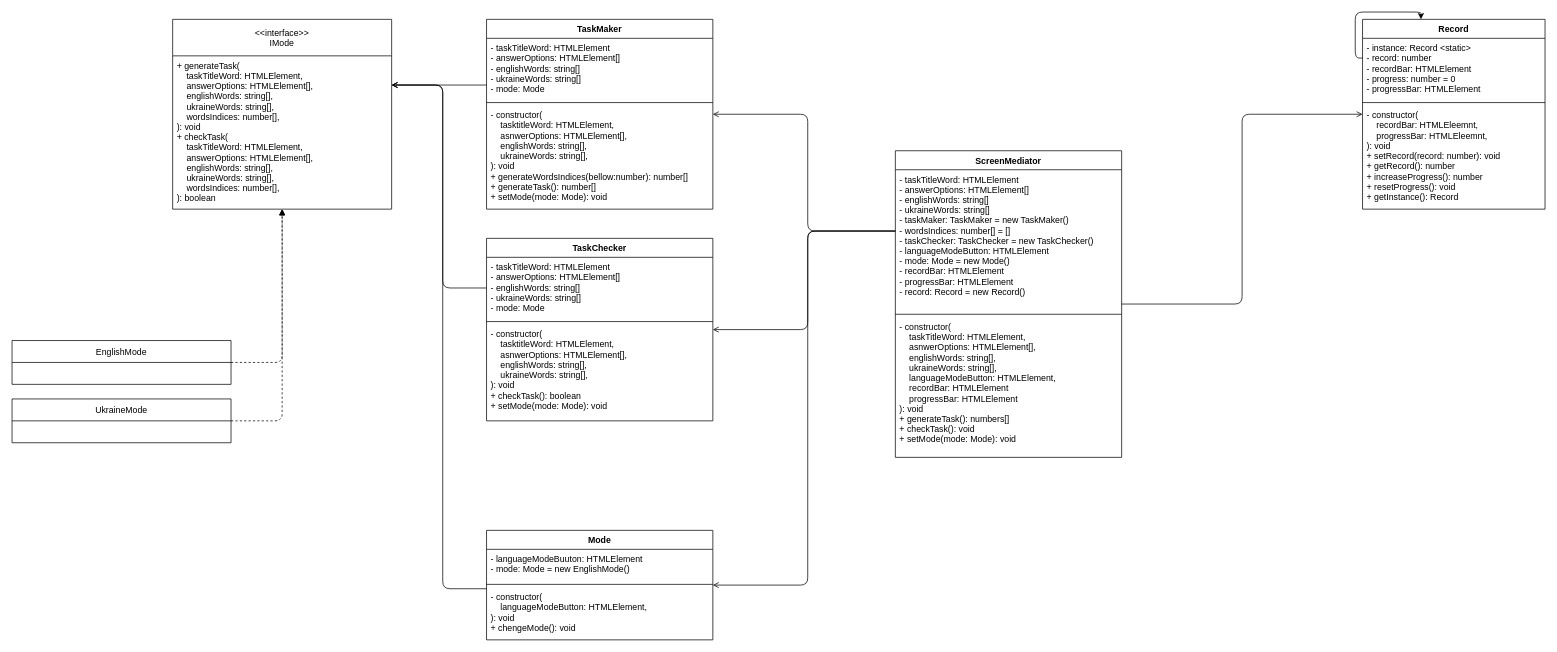
The draw.io diagram diagrams/classes-diagram.dio in Dmytriy-OL/DesignPaternsLab6, before the edit. Source tidied: cells renumbered, new cells numbered last; positions are measured from the earlier drawing's top-left corner, leaving out a move shared by most shapes. Both pictures are drawn from the tidied source at 73%, with x=0, y=0 at pixel (12, 12).
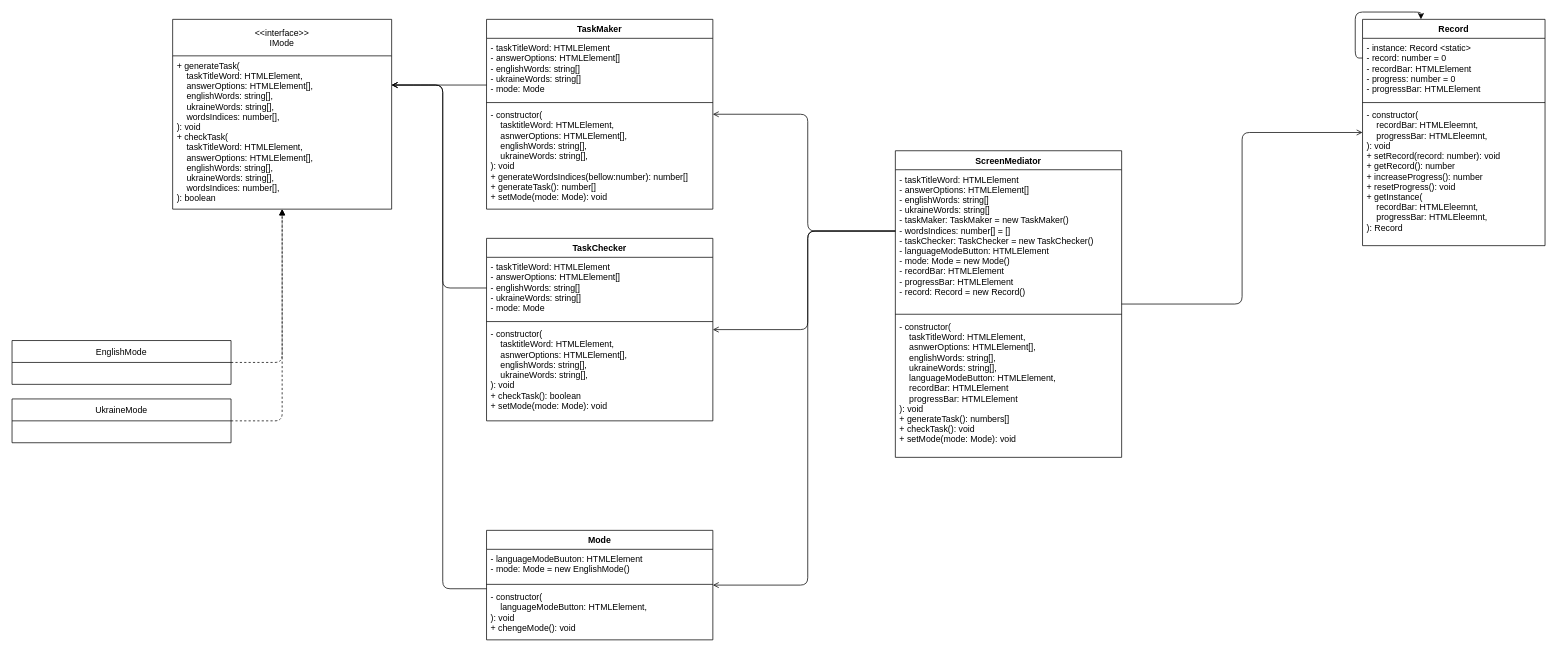
Above is the later version.

Commit message (it also covers changes not shown here):
add: record class; fix: record diagram

What changed in the source:
```diff
@@
     <mxCell id="2" value="Record" style="swimlane;fontStyle=1;align=center;verticalAlign=top;horizontal=1;startSize=26;" parent="1" vertex="1">
-      <mxGeometry x="1850" y="10" width="250" height="260" as="geometry" />
+      <mxGeometry x="1850" y="10" width="250" height="310" as="geometry" />
     </mxCell>
@@
-    <mxCell id="4" value="- instance: Record &lt;static&gt;&#10;- record: number&#10;- recordBar: HTMLElement&#10;- progress: number = 0&#10;- progressBar: HTMLElement" style="text;strokeColor=none;fillColor=none;align=left;verticalAlign=top;spacingLeft=4;spacingRight=4;overflow=hidden;points=[[0,0.5],[1,0.5]];portConstraint=eastwest;" parent="2" vertex="1">
+    <mxCell id="4" value="- instance: Record &lt;static&gt;&#10;- record: number = 0&#10;- recordBar: HTMLElement&#10;- progress: number = 0&#10;- progressBar: HTMLElement" style="text;strokeColor=none;fillColor=none;align=left;verticalAlign=top;spacingLeft=4;spacingRight=4;overflow=hidden;points=[[0,0.5],[1,0.5]];portConstraint=eastwest;" parent="2" vertex="1">
       <mxGeometry y="26" width="250" height="84" as="geometry" />
     </mxCell>
@@
-    <mxCell id="6" value="- constructor(&#10;    recordBar: HTMLEleemnt,&#10;    progressBar: HTMLEleemnt,&#10;): void&#10;+ setRecord(record: number): void&#10;+ getRecord(): number&#10;+ increaseProgress(): number&#10;+ resetProgress(): void&#10;+ getInstance(): Record" style="text;strokeColor=none;fillColor=none;align=left;verticalAlign=top;spacingLeft=4;spacingRight=4;overflow=hidden;" parent="2" vertex="1">
-      <mxGeometry y="118" width="250" height="142" as="geometry" />
+    <mxCell id="6" value="- constructor(&#10;    recordBar: HTMLEleemnt,&#10;    progressBar: HTMLEleemnt,&#10;): void&#10;+ setRecord(record: number): void&#10;+ getRecord(): number&#10;+ increaseProgress(): number&#10;+ resetProgress(): void&#10;+ getInstance(&#10;    recordBar: HTMLEleemnt,&#10;    progressBar: HTMLEleemnt,&#10;): Record" style="text;strokeColor=none;fillColor=none;align=left;verticalAlign=top;spacingLeft=4;spacingRight=4;overflow=hidden;" parent="2" vertex="1">
+      <mxGeometry y="118" width="250" height="192" as="geometry" />
     </mxCell>
```
